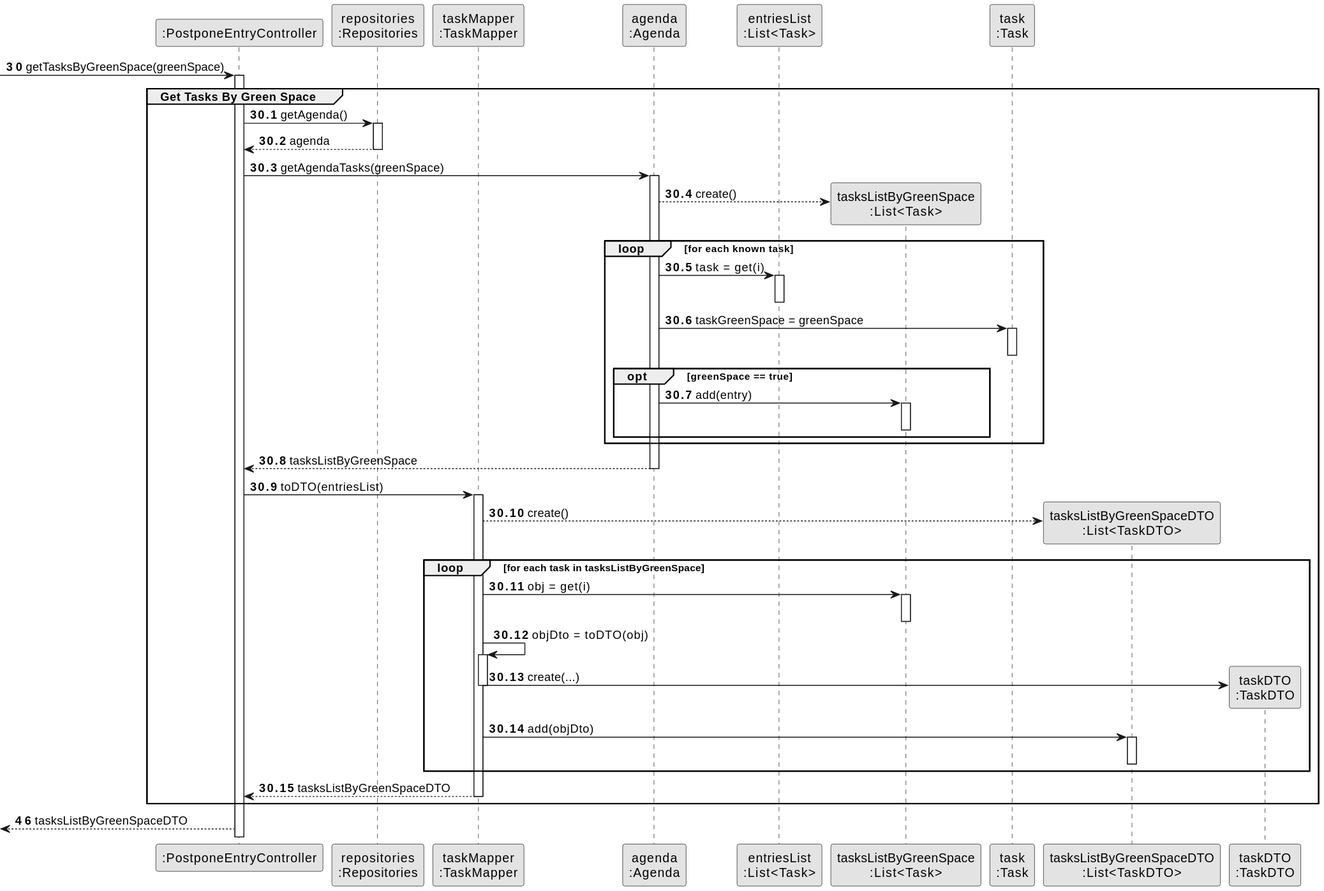
The PlantUML diagram docs/sprintC/us024/03.design/svg/us024-sequence-diagram-partial-get-tasks-by-green-space.svg in Departamento-de-Engenharia-Informatica/lei-24-s2-1dm-g132, before a commit.
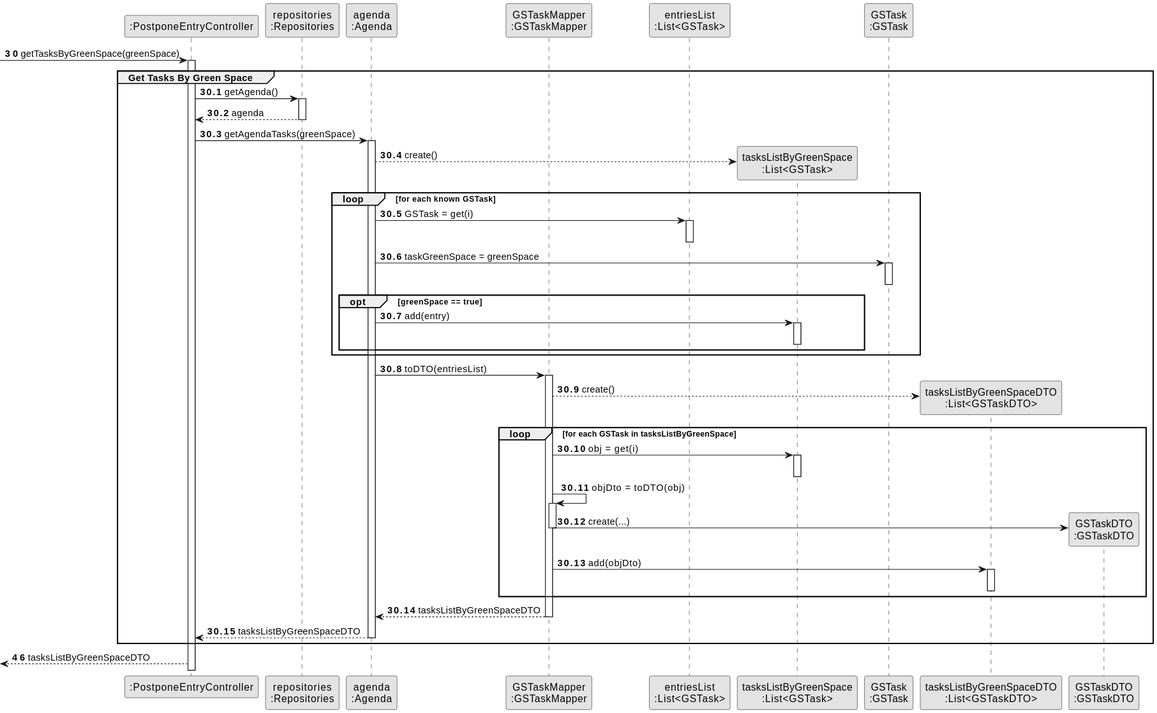
After the commit.

Commit message:
US24 changes on names of GSTask

Change to the diagram source:
```diff
@@ -5,13 +5,13 @@
 
 participant ":PostponeEntryController" as CTRL
 participant "repositories\n:Repositories" as PLAT
-participant "taskMapper\n:TaskMapper" as TaskMapper
 participant "agenda\n:Agenda" as Agenda
-participant "entriesList\n:List<Task>" as entriesList
-participant "tasksListByGreenSpace\n:List<Task>" as tasksListByGreenSpace
-participant "task\n:Task" as task
-participant "tasksListByGreenSpaceDTO\n:List<TaskDTO>" as tasksListByGreenSpaceDTO
-participant "taskDTO\n:TaskDTO" as TaskDTO
+participant "GSTaskMapper\n:GSTaskMapper" as TaskMapper
+participant "entriesList\n:List<GSTask>" as entriesList
+participant "tasksListByGreenSpace\n:List<GSTask>" as tasksListByGreenSpace
+participant "GSTask\n:GSTask" as GSTask
+participant "tasksListByGreenSpaceDTO\n:List<GSTaskDTO>" as tasksListByGreenSpaceDTO
+participant "GSTaskDTO\n:GSTaskDTO" as GSTaskDTO
 
 autonumber 30
 -> CTRL : getTasksByGreenSpace(greenSpace)
@@ -31,15 +31,15 @@
 
            Agenda --> tasksListByGreenSpace** : create()
 
-           loop for each known task
+           loop for each known GSTask
 
-           Agenda -> entriesList : task = get(i)
+           Agenda -> entriesList : GSTask = get(i)
            activate entriesList
            deactivate entriesList
 
-           Agenda -> task : taskGreenSpace = greenSpace
-           activate task
-           deactivate task
+           Agenda -> GSTask : taskGreenSpace = greenSpace
+           activate GSTask
+           deactivate GSTask
 
            opt greenSpace == true
            Agenda -> tasksListByGreenSpace : add(entry)
@@ -49,15 +49,12 @@
 
            end loop
 
-           Agenda --> CTRL : tasksListByGreenSpace
-           deactivate Agenda
-
-           CTRL -> TaskMapper : toDTO(entriesList)
+           Agenda -> TaskMapper : toDTO(entriesList)
            activate TaskMapper
 
            TaskMapper --> tasksListByGreenSpaceDTO** : create()
 
-           loop for each task in tasksListByGreenSpace
+           loop for each GSTask in tasksListByGreenSpace
 
            TaskMapper -> tasksListByGreenSpace : obj = get(i)
            activate tasksListByGreenSpace
@@ -66,7 +63,7 @@
            TaskMapper -> TaskMapper : objDto = toDTO(obj)
            activate TaskMapper
 
-           TaskMapper -> TaskDTO** : create(...)
+           TaskMapper -> GSTaskDTO** : create(...)
            deactivate TaskMapper
 
            TaskMapper -> tasksListByGreenSpaceDTO : add(objDto)
@@ -75,8 +72,11 @@
 
            end loop
 
-           TaskMapper --> CTRL : tasksListByGreenSpaceDTO
+           TaskMapper --> Agenda : tasksListByGreenSpaceDTO
            deactivate TaskMapper
+
+           Agenda --> CTRL : tasksListByGreenSpaceDTO
+           deactivate Agenda
 
 end group
 autonumber 46
```
